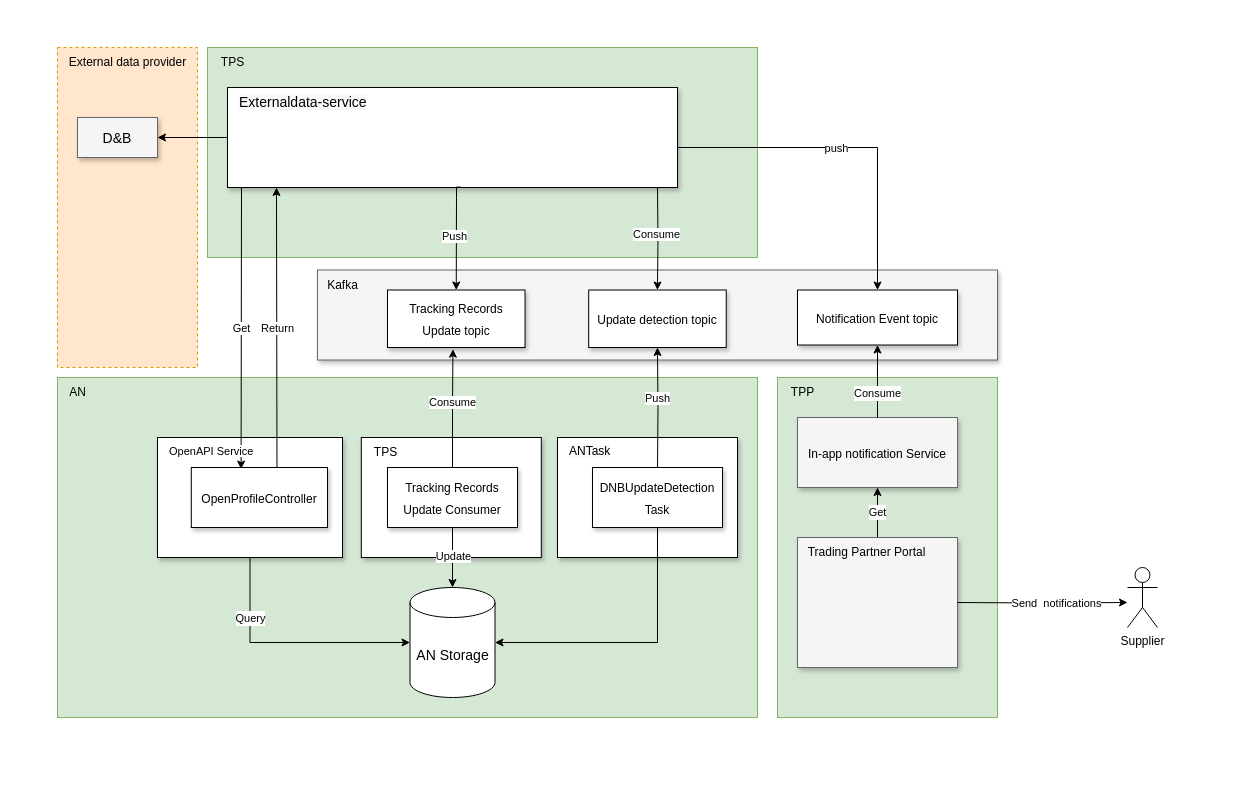
Before: page "[New]Update detection block diagram" (4 of 13) of DNB.drawio in huangshijie/Drawio, a draw.io diagram. Source tidied: cells renumbered, new cells numbered last; positions are measured from the earlier drawing's top-left corner, leaving out a move shared by most shapes. Both pictures are drawn from the tidied source at 100%, with x=0, y=0 at pixel (57, 47).
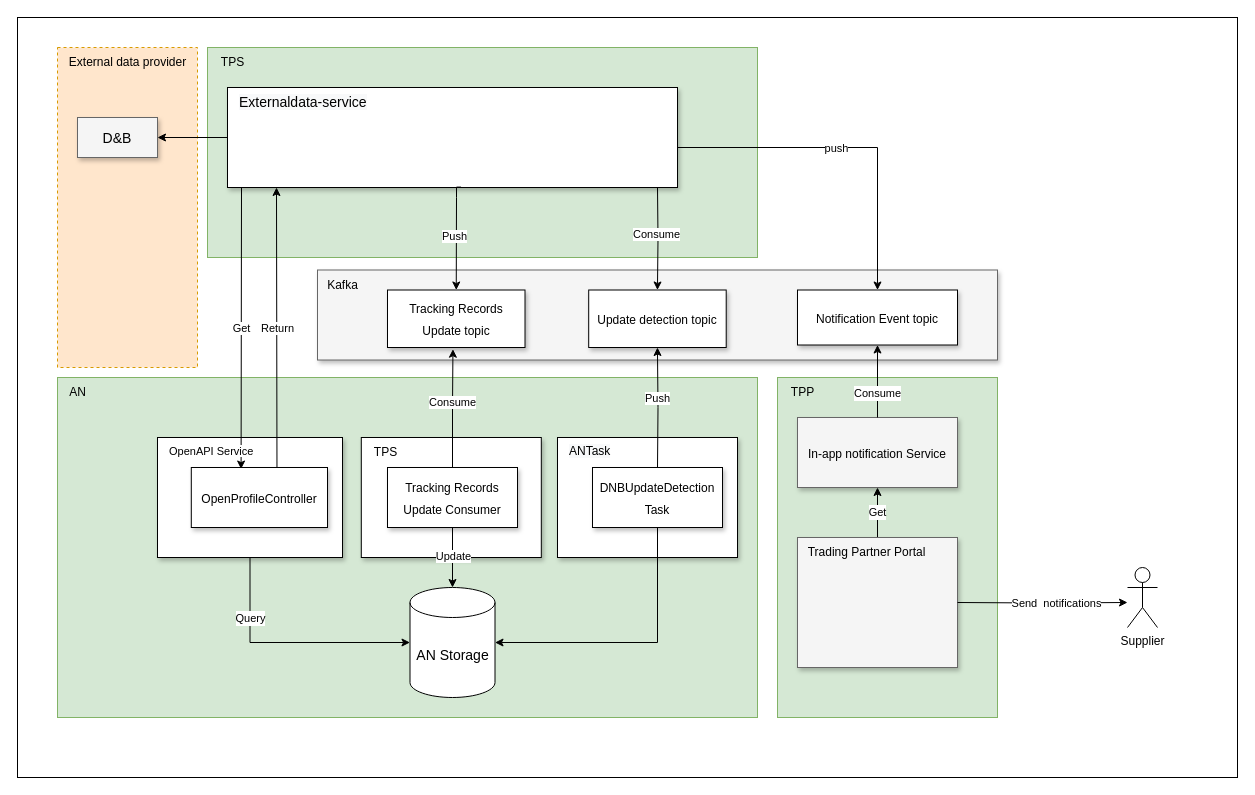
After the change.

What changed in the source:
```diff
@@
+    <mxCell id="55" style="rounded=0;whiteSpace=wrap;html=1;" parent="1" vertex="1">
+      <mxGeometry x="-40" y="-30" width="1220" height="760" as="geometry" />
+    </mxCell>
```
